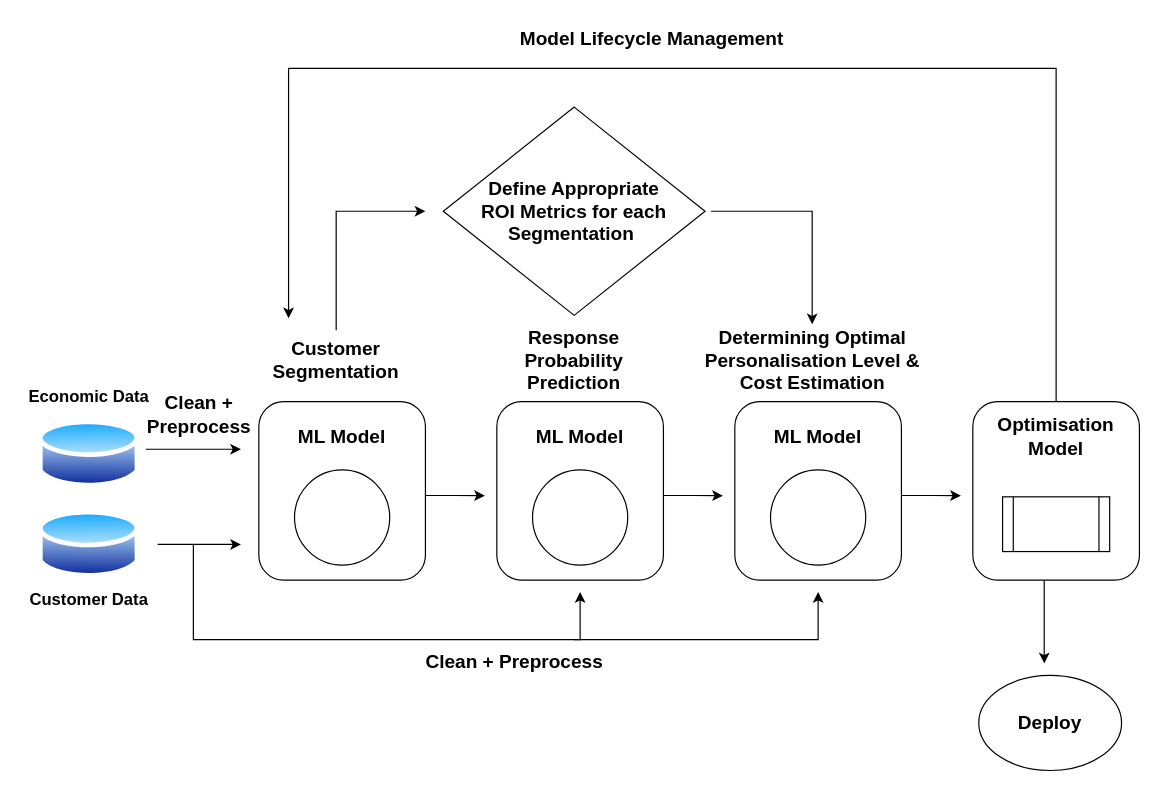
Above: GrpB_models/B4_ZhiSherng/cost_effectiveness_model.drawio in Yihe-Harry/DSA3101-Group-Project (draw.io), before the change. Source tidied: cells renumbered, new cells numbered last; positions are measured from the earlier drawing's top-left corner, leaving out a move shared by most shapes. Both pictures are drawn from the tidied source at 119%, with x=0, y=0 at pixel (20, 20).
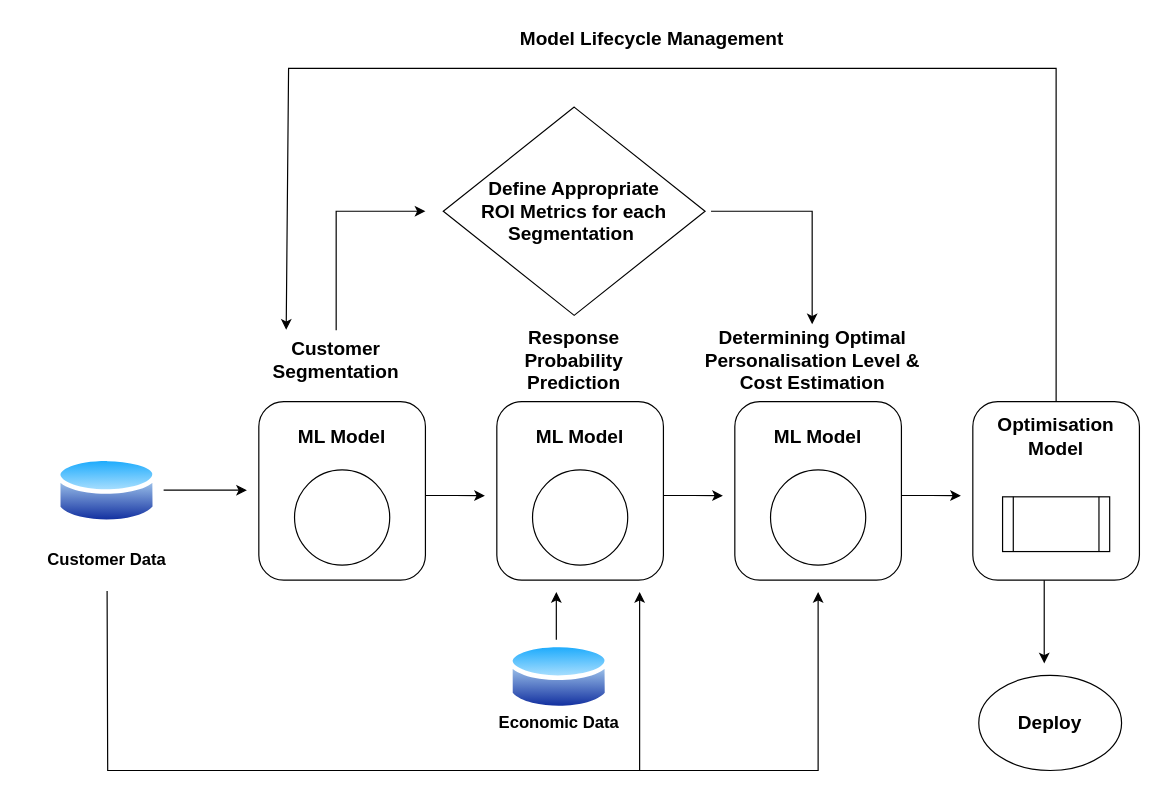
The same page after the edit.

Unchanged cells that the change refers to:
```xml
<mxCell id="7" value="&lt;b&gt;&lt;font style=&quot;font-size: 16px;&quot;&gt;Customer Segmentation&lt;/font&gt;&lt;/b&gt;" style="text;strokeColor=none;align=center;fillColor=none;html=1;verticalAlign=middle;whiteSpace=wrap;rounded=0;" parent="1" vertex="1">
  <mxGeometry x="195" y="260" width="140" height="50" as="geometry" />
</mxCell>
<mxCell id="22" style="rounded=1;whiteSpace=wrap;html=1;direction=south;" parent="21" vertex="1">
  <mxGeometry width="140" height="150" as="geometry" />
</mxCell>
```

Diff of the diagram source:
```diff
@@
     <mxCell id="2" value="&lt;b&gt;&lt;font style=&quot;font-size: 14px;&quot;&gt;Customer Data&lt;/font&gt;&lt;/b&gt;" style="text;strokeColor=none;align=center;fillColor=none;html=1;verticalAlign=middle;whiteSpace=wrap;rounded=0;" parent="1" vertex="1">
-      <mxGeometry y="460" width="115" height="52.6" as="geometry" />
+      <mxGeometry x="15" y="426.5" width="115" height="52.6" as="geometry" />
     </mxCell>
     <mxCell id="3" style="endArrow=classic;html=1;rounded=0;" parent="1" edge="1">
       <mxGeometry relative="1" as="geometry">
-        <mxPoint x="115" y="440" as="sourcePoint" />
-        <mxPoint x="185" y="440" as="targetPoint" />
+        <mxPoint x="120" y="394.4" as="sourcePoint" />
+        <mxPoint x="190" y="394.4" as="targetPoint" />
       </mxGeometry>
     </mxCell>
-    <mxCell id="4" style="endArrow=classic;html=1;rounded=0;" parent="1" edge="1">
+    <mxCell id="4" style="endArrow=classic;html=1;rounded=0;exitX=0.5;exitY=1;exitDx=0;exitDy=0;" parent="1" edge="1" source="2">
       <mxGeometry relative="1" as="geometry">
-        <mxPoint x="145" y="440" as="sourcePoint" />
-        <mxPoint x="470" y="480" as="targetPoint" />
+        <mxPoint x="670" y="480" as="targetPoint" />
         <Array as="points">
-          <mxPoint x="145" y="520" />
-          <mxPoint x="470" y="520" />
+          <mxPoint x="73" y="630" />
+          <mxPoint x="440" y="630" />
+          <mxPoint x="670" y="630" />
         </Array>
       </mxGeometry>
     </mxCell>
@@
-    <mxCell id="14" style="endArrow=classic;html=1;rounded=0;" parent="1" edge="1">
-      <mxGeometry relative="1" as="geometry">
-        <mxPoint x="465" y="520" as="sourcePoint" />
-        <mxPoint x="670" y="480" as="targetPoint" />
-        <Array as="points">
-          <mxPoint x="670" y="520" />
-        </Array>
-      </mxGeometry>
-    </mxCell>
@@
     <mxCell id="17" style="image;perimeter=ellipsePerimeter;html=1;align=center;shadow=0;dashed=0;spacingTop=3;image=img/lib/active_directory/database.svg;" parent="1" vertex="1">
-      <mxGeometry x="15" y="408.5" width="85" height="62.9" as="geometry" />
+      <mxGeometry x="30" y="363.6" width="85" height="62.9" as="geometry" />
     </mxCell>
     <mxCell id="18" style="image;perimeter=ellipsePerimeter;html=1;align=center;shadow=0;dashed=0;spacingTop=3;image=img/lib/active_directory/database.svg;" parent="1" vertex="1">
-      <mxGeometry x="15" y="332.6" width="85" height="62.9" as="geometry" />
+      <mxGeometry x="410" y="520" width="85" height="62.9" as="geometry" />
     </mxCell>
     <mxCell id="19" value="&lt;b&gt;&lt;font style=&quot;font-size: 14px;&quot;&gt;Economic Data&lt;/font&gt;&lt;/b&gt;" style="text;strokeColor=none;align=center;fillColor=none;html=1;verticalAlign=middle;whiteSpace=wrap;rounded=0;" parent="1" vertex="1">
-      <mxGeometry y="290" width="115" height="52.6" as="geometry" />
+      <mxGeometry x="395" y="563.7" width="115" height="52.6" as="geometry" />
     </mxCell>
     <mxCell id="20" style="endArrow=classic;html=1;rounded=0;" parent="1" edge="1">
       <mxGeometry relative="1" as="geometry">
-        <mxPoint x="105" y="360" as="sourcePoint" />
-        <mxPoint x="185" y="360" as="targetPoint" />
+        <mxPoint x="450" y="520" as="sourcePoint" />
+        <mxPoint x="450" y="480" as="targetPoint" />
       </mxGeometry>
     </mxCell>
@@
-    <mxCell id="25" value="&lt;b&gt;&lt;font style=&quot;font-size: 16px;&quot;&gt;Clean + Preprocess&lt;/font&gt;&lt;/b&gt;" style="text;strokeColor=none;align=center;fillColor=none;html=1;verticalAlign=middle;whiteSpace=wrap;rounded=0;" parent="1" vertex="1">
-      <mxGeometry x="330" y="512.6" width="170" height="50" as="geometry" />
-    </mxCell>
-    <mxCell id="26" value="&lt;b&gt;&lt;font style=&quot;font-size: 16px;&quot;&gt;Clean +&lt;/font&gt;&lt;/b&gt;&lt;div&gt;&lt;b&gt;&lt;font style=&quot;font-size: 16px;&quot;&gt;Preprocess&lt;/font&gt;&lt;/b&gt;&lt;/div&gt;" style="text;strokeColor=none;align=center;fillColor=none;html=1;verticalAlign=middle;whiteSpace=wrap;rounded=0;" parent="1" vertex="1">
-      <mxGeometry x="100" y="321.4" width="100" height="20" as="geometry" />
-    </mxCell>
-    <mxCell id="27" style="endArrow=classic;html=1;rounded=0;exitX=0;exitY=0.5;exitDx=0;exitDy=0;" parent="1" edge="1" source="22">
+    <mxCell id="27" style="endArrow=classic;html=1;rounded=0;exitX=0;exitY=0.5;exitDx=0;exitDy=0;entryX=0.2;entryY=-0.007;entryDx=0;entryDy=0;entryPerimeter=0;" parent="1" edge="1" source="22" target="7">
       <mxGeometry relative="1" as="geometry">
-        <mxPoint x="225" y="250" as="targetPoint" />
         <Array as="points">
           <mxPoint x="870" y="40" />
           <mxPoint x="225" y="40" />
         </Array>
       </mxGeometry>
     </mxCell>
@@
+    <mxCell id="47" style="endArrow=classic;html=1;rounded=0;" parent="1" edge="1">
+      <mxGeometry relative="1" as="geometry">
+        <mxPoint x="520" y="630" as="sourcePoint" />
+        <mxPoint x="520" y="480" as="targetPoint" />
+      </mxGeometry>
+    </mxCell>
```
